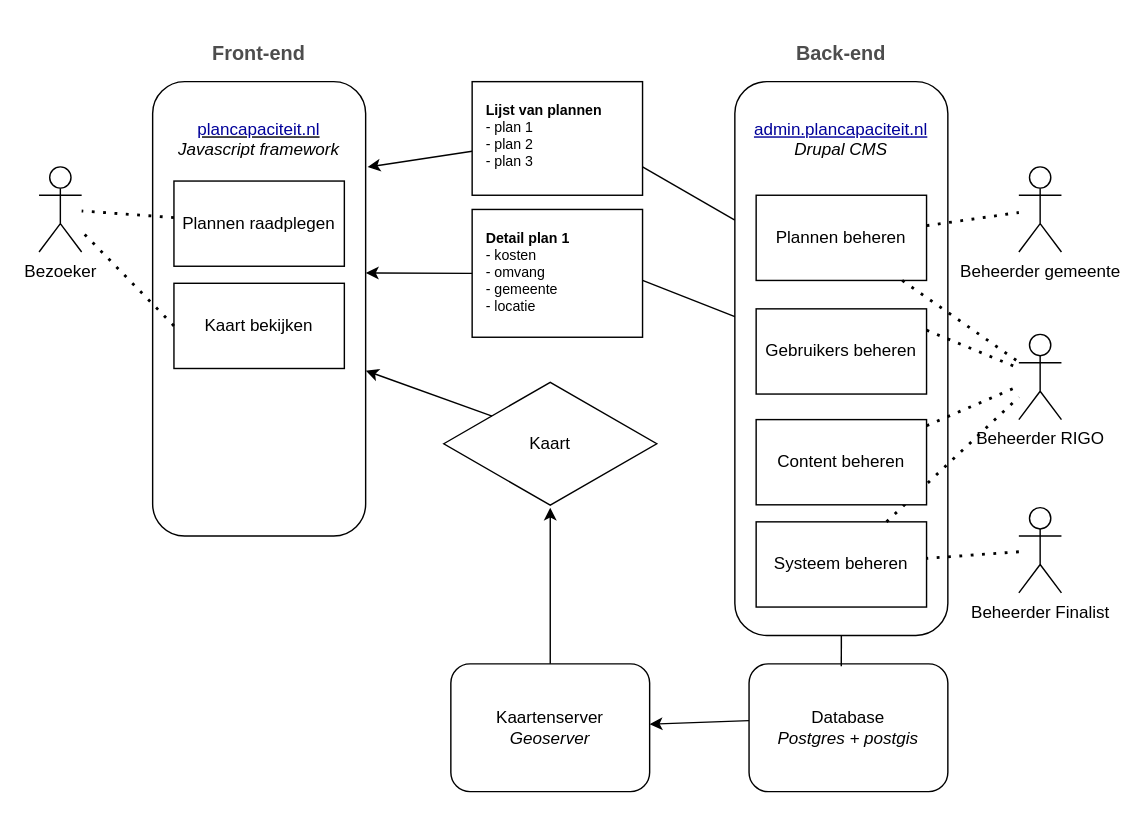
Above: plancapaciteit.drawio in batigolix/boris (draw.io), before the change. Source tidied: cells renumbered, new cells numbered last; positions are measured from the earlier drawing's top-left corner, leaving out a move shared by most shapes. Both pictures are drawn from the tidied source at 142%, with x=0, y=0 at pixel (38, 24).
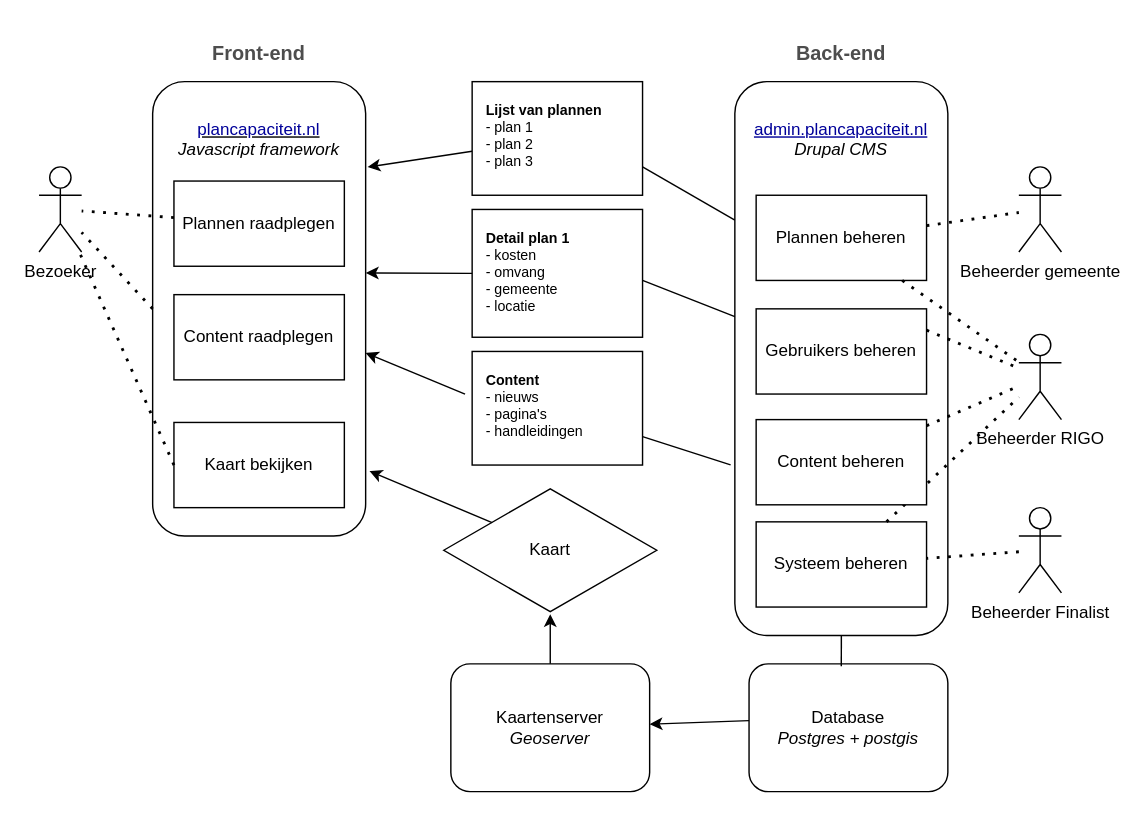
The same diagram, later.

Unchanged cells that the change refers to:
```xml
<mxCell id="2" value="Bezoeker" style="shape=umlActor;verticalLabelPosition=bottom;verticalAlign=top;html=1;outlineConnect=0;" parent="1" vertex="1">
  <mxGeometry y="100" width="30" height="60" as="geometry" />
</mxCell>
<mxCell id="6" value="&lt;u&gt;&lt;font color=&quot;#000099&quot;&gt;plancapaciteit.nl&lt;/font&gt;&lt;/u&gt;&lt;br&gt;&lt;i&gt;Javascript framework&lt;/i&gt;&lt;br&gt;" style="rounded=1;whiteSpace=wrap;html=1;rotation=0;spacingTop=20;verticalAlign=top;" parent="1" vertex="1">
  <mxGeometry x="80" y="40" width="150" height="320" as="geometry" />
</mxCell>
<mxCell id="8" value="&lt;font color=&quot;#000099&quot;&gt;&lt;u&gt;admin.plancapaciteit.nl&lt;/u&gt;&lt;/font&gt;&lt;br&gt;&lt;i&gt;Drupal CMS&lt;/i&gt;" style="rounded=1;whiteSpace=wrap;html=1;rotation=0;verticalAlign=top;spacingTop=20;" parent="1" vertex="1">
  <mxGeometry x="490" y="40" width="150" height="390" as="geometry" />
</mxCell>
```

The edit, as a diff of the source:
```diff
@@
     <mxCell id="23" value="Kaart bekijken" style="rounded=0;whiteSpace=wrap;html=1;fontSize=12;" parent="1" vertex="1">
-      <mxGeometry x="95" y="182" width="120" height="60" as="geometry" />
+      <mxGeometry x="95" y="280" width="120" height="60" as="geometry" />
     </mxCell>
@@
     <mxCell id="28" value="Kaart" style="html=1;whiteSpace=wrap;shape=isoRectangle;fontSize=12;fontColor=#000000;" parent="1" vertex="1">
-      <mxGeometry x="285" y="250" width="150" height="90" as="geometry" />
+      <mxGeometry x="285" y="325" width="150" height="90" as="geometry" />
     </mxCell>
-    <mxCell id="29" style="endArrow=classic;html=1;fontSize=12;fontColor=#000000;entryX=1.001;entryY=0.636;entryDx=0;entryDy=0;entryPerimeter=0;exitX=0.227;exitY=0.284;exitDx=0;exitDy=0;exitPerimeter=0;" parent="1" edge="1" source="28" target="6">
+    <mxCell id="29" style="endArrow=classic;html=1;fontSize=12;fontColor=#000000;entryX=1.018;entryY=0.857;entryDx=0;entryDy=0;entryPerimeter=0;exitX=0.227;exitY=0.284;exitDx=0;exitDy=0;exitPerimeter=0;" parent="1" edge="1" source="28" target="6">
       <mxGeometry relative="1" as="geometry" />
     </mxCell>
@@
+    <mxCell id="37" value="Content raadplegen" style="rounded=0;whiteSpace=wrap;html=1;fontSize=12;" parent="1" vertex="1">
+      <mxGeometry x="95" y="190" width="120" height="60" as="geometry" />
+    </mxCell>
+    <mxCell id="38" value="&lt;b&gt;Content&lt;/b&gt;&lt;br style=&quot;font-size: 10px&quot;&gt;&lt;span&gt;- nieuws&lt;/span&gt;&lt;br&gt;&lt;span&gt;- pagina's&lt;/span&gt;&lt;br&gt;&lt;span&gt;- handleidingen&lt;/span&gt;" style="rounded=0;whiteSpace=wrap;html=1;fontSize=10;fontColor=#000000;verticalAlign=top;align=left;spacing=10;" parent="1" vertex="1">
+      <mxGeometry x="305" y="230" width="120" height="80" as="geometry" />
+    </mxCell>
+    <mxCell id="39" style="endArrow=classic;html=1;fontSize=10;fontColor=#4D4D4D;" parent="1" edge="1" target="6">
+      <mxGeometry relative="1" as="geometry">
+        <mxPoint x="300" y="260" as="sourcePoint" />
+      </mxGeometry>
+    </mxCell>
+    <mxCell id="40" style="endArrow=none;html=1;fontSize=10;fontColor=#4D4D4D;entryX=-0.02;entryY=0.692;entryDx=0;entryDy=0;entryPerimeter=0;exitX=1;exitY=0.75;exitDx=0;exitDy=0;" parent="1" edge="1" source="38" target="8">
+      <mxGeometry relative="1" as="geometry" />
+    </mxCell>
+    <mxCell id="41" style="endArrow=none;dashed=1;html=1;dashPattern=1 3;strokeWidth=2;fontSize=10;fontColor=#000000;exitX=0;exitY=0.5;exitDx=0;exitDy=0;" parent="1" edge="1" source="6" target="2">
+      <mxGeometry relative="1" as="geometry" />
+    </mxCell>
```
